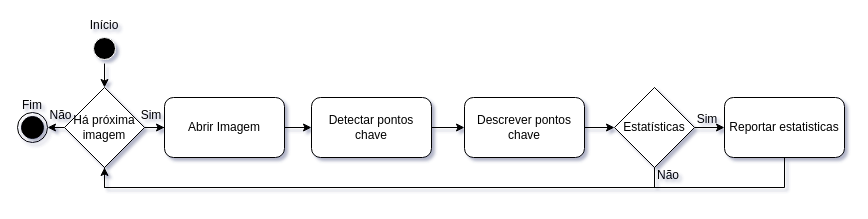
tatorj/Tcc keeps this draw.io diagram as page "Fluxo_imagens" (3 of 7) of Final_Diagrams.drawio. Above is the earlier version. Source tidied: cells renumbered, new cells numbered last; positions are measured from the earlier drawing's top-left corner, leaving out a move shared by most shapes. Both pictures are drawn from the tidied source at 100%, with x=0, y=0 at pixel (17, 17).
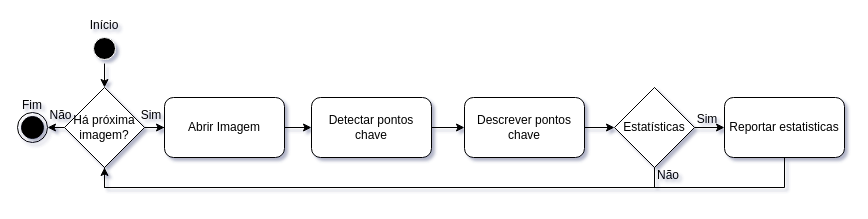
The same diagram, later.

Change to the diagram source:
```diff
@@
-    <mxCell id="15" value="Há próxima imagem" style="rhombus;whiteSpace=wrap;html=1;" parent="1" vertex="1">
+    <mxCell id="15" value="Há próxima imagem?" style="rhombus;whiteSpace=wrap;html=1;" parent="1" vertex="1">
       <mxGeometry x="47" y="70" width="80" height="80" as="geometry" />
     </mxCell>
```
